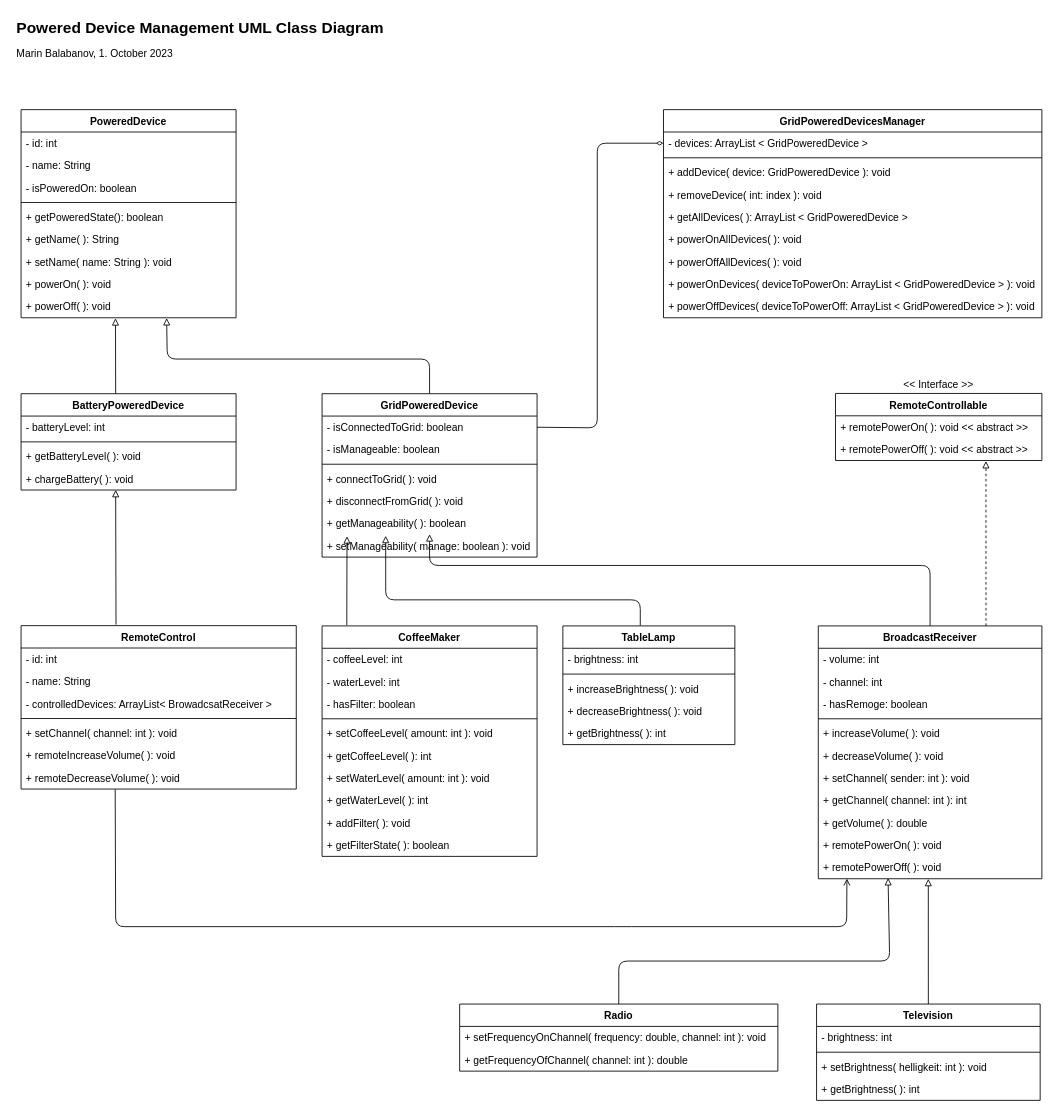
mbalabanov/Devices keeps this draw.io diagram as DevicesUML.drawio. Above is the earlier version. Source tidied: cells renumbered, new cells numbered last; positions are measured from the earlier drawing's top-left corner, leaving out a move shared by most shapes. Both pictures are drawn from the tidied source at 86%, with x=0, y=0 at pixel (15, 15).
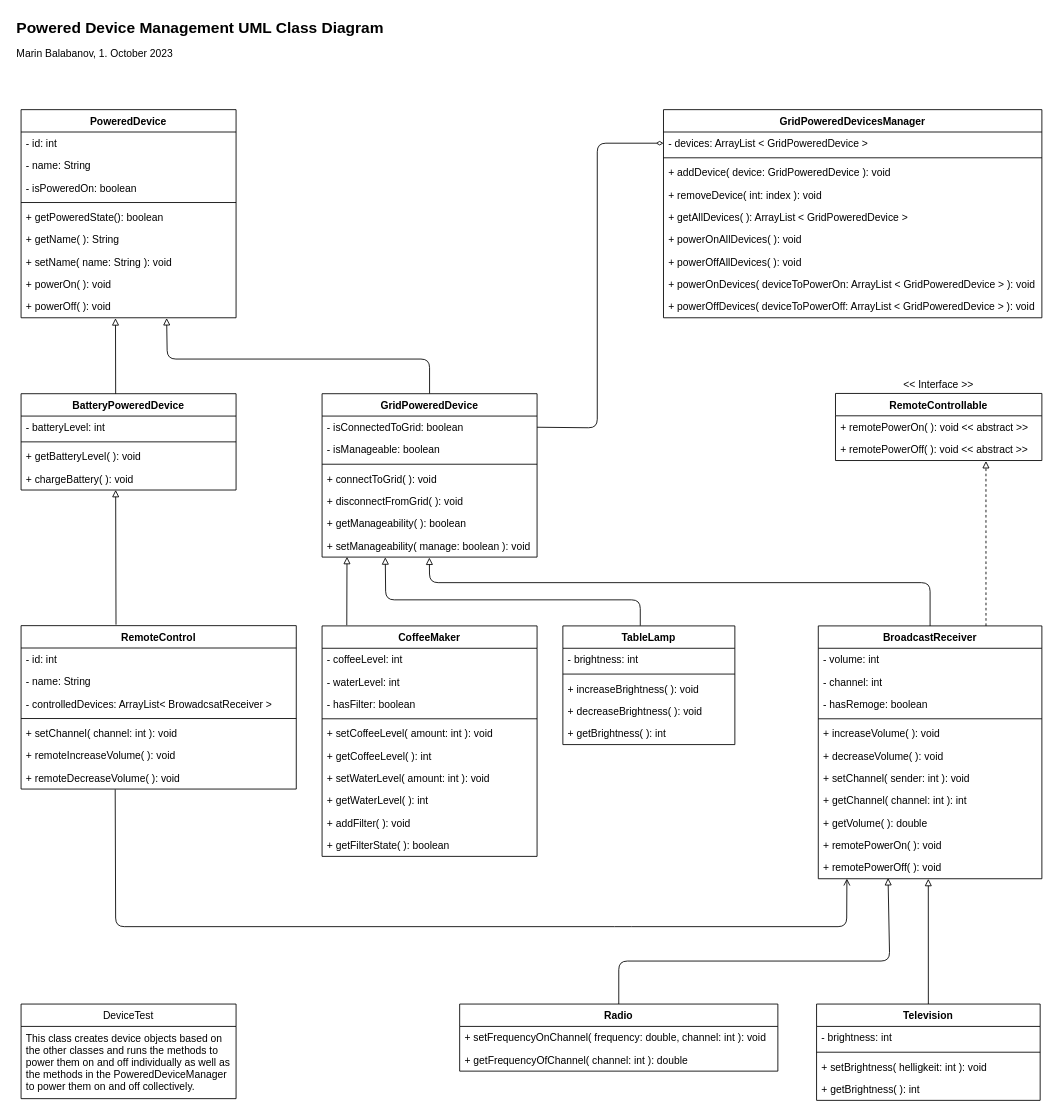
Above is the later version.

The change refers to these unchanged cells:
```xml
<mxCell id="9" value="+ getManageability( ): boolean" style="text;strokeColor=none;fillColor=none;align=left;verticalAlign=top;spacingLeft=4;spacingRight=4;overflow=hidden;points=[[0,0.5],[1,0.5]];portConstraint=eastwest;" parent="3" vertex="1">
  <mxGeometry y="138" width="250" height="26" as="geometry" />
</mxCell>
<mxCell id="10" value="+ setManageability( manage: boolean ): void" style="text;strokeColor=none;fillColor=none;align=left;verticalAlign=top;spacingLeft=4;spacingRight=4;overflow=hidden;points=[[0,0.5],[1,0.5]];portConstraint=eastwest;" parent="3" vertex="1">
  <mxGeometry y="164" width="250" height="26" as="geometry" />
</mxCell>
<mxCell id="22" value="BroadcastReceiver" style="swimlane;fontStyle=1;align=center;verticalAlign=top;horizontal=1;startSize=26;" parent="1" vertex="1">
  <mxGeometry x="934" y="710.3" width="260" height="294" as="geometry" />
</mxCell>
<mxCell id="41" value="CoffeeMaker" style="swimlane;fontStyle=1;align=center;verticalAlign=top;horizontal=1;startSize=26;" parent="1" vertex="1">
  <mxGeometry x="357" y="710.3" width="250" height="268" as="geometry" />
</mxCell>
```

Change to the diagram source:
```diff
@@
-    <mxCell id="40" style="edgeStyle=none;html=1;entryX=0.116;entryY=1.066;entryDx=0;entryDy=0;entryPerimeter=0;endArrow=block;endFill=0;exitX=0.115;exitY=-0.003;exitDx=0;exitDy=0;exitPerimeter=0;" parent="1" edge="1" source="41" target="9">
-      <mxGeometry relative="1" as="geometry" />
+    <mxCell id="40" style="edgeStyle=none;html=1;endArrow=block;endFill=0;exitX=0.115;exitY=-0.003;exitDx=0;exitDy=0;exitPerimeter=0;" parent="1" edge="1" source="41">
+      <mxGeometry relative="1" as="geometry">
+        <mxPoint x="386" y="630" as="targetPoint" />
+      </mxGeometry>
     </mxCell>
@@
-    <mxCell id="66" style="edgeStyle=none;html=1;endArrow=block;endFill=0;entryX=0.296;entryY=1.046;entryDx=0;entryDy=0;entryPerimeter=0;" parent="1" edge="1" target="9">
+    <mxCell id="66" style="edgeStyle=none;html=1;endArrow=block;endFill=0;entryX=0.294;entryY=1.008;entryDx=0;entryDy=0;entryPerimeter=0;" parent="1" edge="1" target="10">
       <mxGeometry relative="1" as="geometry">
         <mxPoint x="727" y="710" as="sourcePoint" />
         <Array as="points">
           <mxPoint x="727" y="680" />
           <mxPoint x="431" y="680" />
         </Array>
       </mxGeometry>
     </mxCell>
-    <mxCell id="67" style="edgeStyle=none;html=1;endArrow=block;endFill=0;exitX=0.5;exitY=0;exitDx=0;exitDy=0;entryX=0.5;entryY=0.975;entryDx=0;entryDy=0;entryPerimeter=0;" parent="1" edge="1" source="22" target="9">
+    <mxCell id="67" style="edgeStyle=none;html=1;endArrow=block;endFill=0;exitX=0.5;exitY=0;exitDx=0;exitDy=0;entryX=0.499;entryY=1.02;entryDx=0;entryDy=0;entryPerimeter=0;" parent="1" edge="1" source="22" target="10">
       <mxGeometry relative="1" as="geometry">
         <Array as="points">
-          <mxPoint x="1064" y="640" />
-          <mxPoint x="482" y="640" />
+          <mxPoint x="1064" y="660" />
+          <mxPoint x="482" y="660" />
         </Array>
       </mxGeometry>
     </mxCell>
@@
+    <mxCell id="97" value="DeviceTest" style="swimlane;fontStyle=0;horizontal=1;startSize=26;fillColor=none;" parent="1" vertex="1">
+      <mxGeometry x="7" y="1150" width="250" height="110" as="geometry" />
+    </mxCell>
+    <mxCell id="98" value="This class creates device objects based on&#10;the other classes and runs the methods to&#10;power them on and off individually as well as&#10;the methods in the PoweredDeviceManager&#10;to power them on and off collectively." style="text;strokeColor=none;fillColor=none;align=left;verticalAlign=middle;spacingLeft=4;spacingRight=4;overflow=hidden;" parent="97" vertex="1">
+      <mxGeometry y="26" width="250" height="84" as="geometry" />
+    </mxCell>
```
